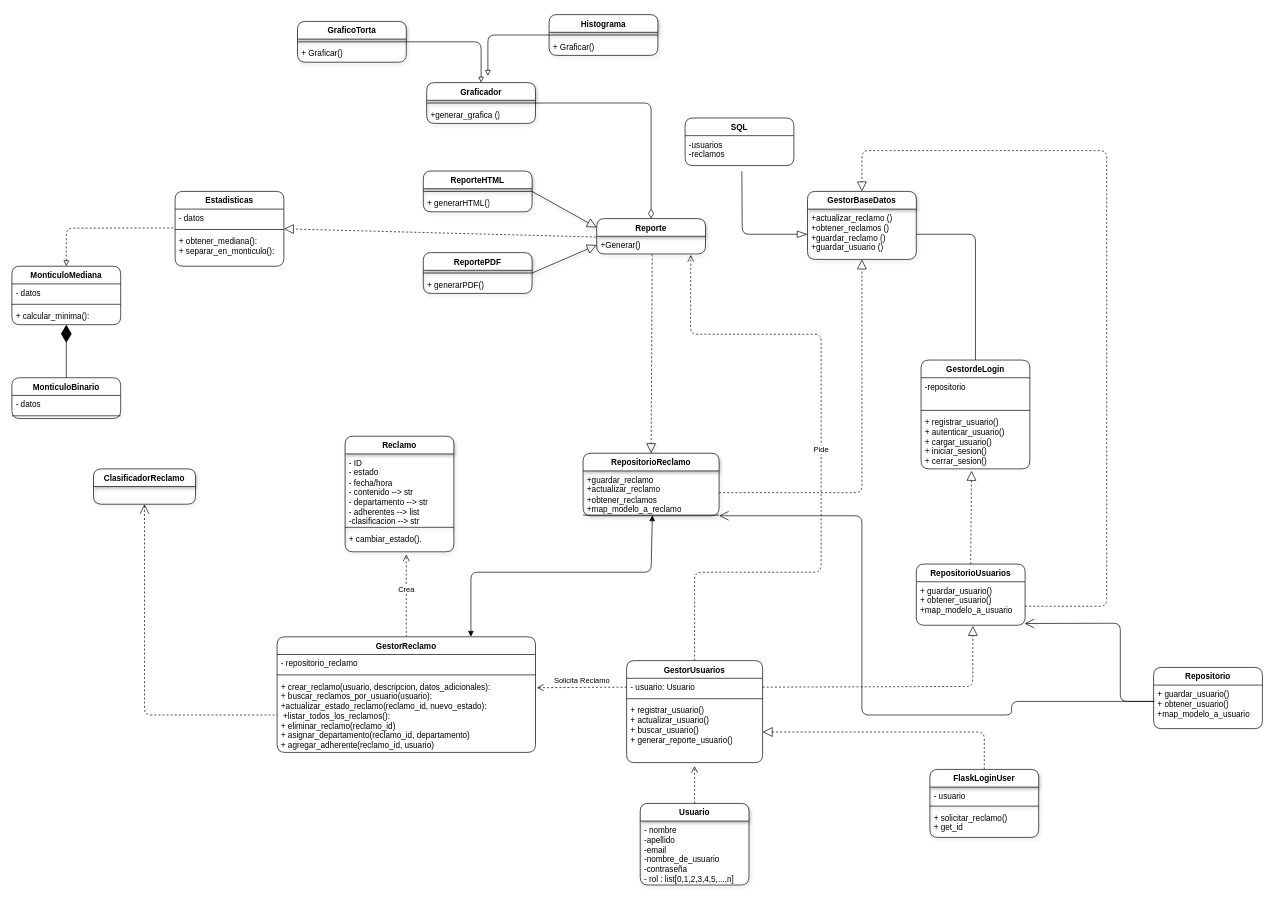
AgustinG178/pa_2025c1_practica keeps this draw.io diagram as TrabajoPractico_3/proyecto_1/docs/UML_Tp_3.drawio. Above is the earlier version. Source tidied: cells renumbered, new cells numbered last; positions are measured from the earlier drawing's top-left corner, leaving out a move shared by most shapes. Both pictures are drawn from the tidied source at 68%, with x=0, y=0 at pixel (12, 14).
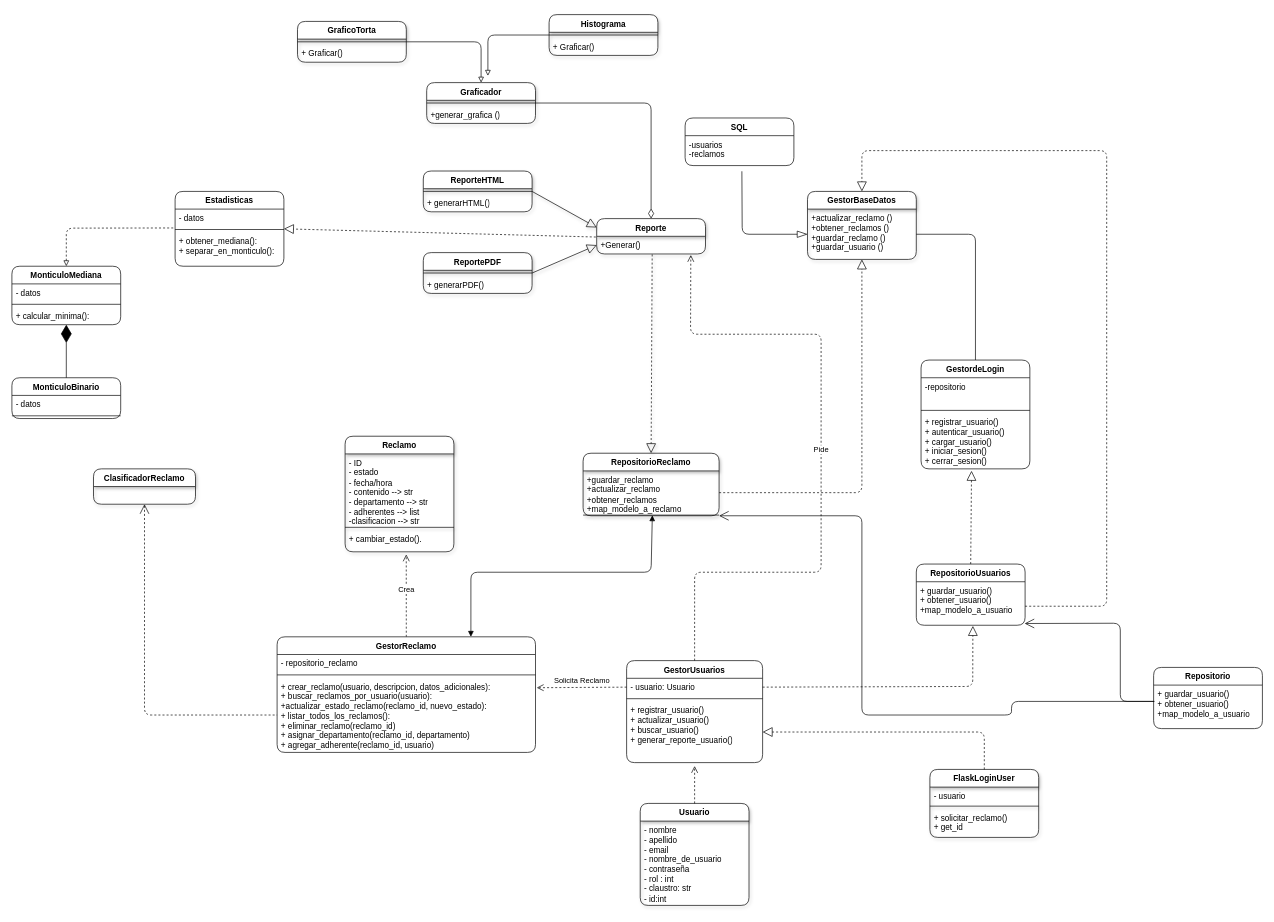
Above is the later version.

The change refers to these unchanged cells:
```xml
<mxCell id="38" value="GestorReclamo" style="swimlane;align=center;verticalAlign=top;horizontal=1;startSize=26;whiteSpace=wrap;html=1;rounded=1;fontColor=default;" parent="1" vertex="1">
  <mxGeometry x="390" y="915" width="380" height="170" as="geometry" />
</mxCell>
```

Change to the diagram source:
```diff
@@
     <mxCell id="2" value="&lt;span&gt;Usuario&lt;/span&gt;" style="swimlane;fontStyle=1;align=center;verticalAlign=top;horizontal=1;startSize=26;whiteSpace=wrap;html=1;swimlaneLine=1;shadow=1;rounded=1;fontColor=default;" parent="1" vertex="1">
-      <mxGeometry x="924" y="1160" width="160" height="120" as="geometry" />
+      <mxGeometry x="924" y="1160" width="160" height="150" as="geometry" />
     </mxCell>
-    <mxCell id="3" value="- nombre&lt;div&gt;-apellido&lt;/div&gt;&lt;div&gt;-email&lt;/div&gt;&lt;div&gt;-nombre_de_usuario&lt;/div&gt;&lt;div&gt;-contraseña&lt;/div&gt;&lt;div&gt;- rol : list[0,1,2,3,4,5,...,n]&lt;/div&gt;" style="text;align=left;verticalAlign=top;spacingLeft=4;spacingRight=4;overflow=hidden;whiteSpace=wrap;html=1;fontStyle=0;swimlaneLine=1;shadow=1;rounded=1;fontColor=default;" parent="2" vertex="1">
-      <mxGeometry y="26" width="160" height="94" as="geometry" />
+    <mxCell id="3" value="- nombre&lt;div&gt;- apellido&lt;/div&gt;&lt;div&gt;- email&lt;/div&gt;&lt;div&gt;- nombre_de_usuario&lt;/div&gt;&lt;div&gt;- contraseña&lt;/div&gt;&lt;div&gt;- rol : int&lt;/div&gt;&lt;div&gt;- claustro: str&lt;/div&gt;&lt;div&gt;- id:int&lt;/div&gt;&lt;div&gt;&lt;br&gt;&lt;/div&gt;" style="text;align=left;verticalAlign=top;spacingLeft=4;spacingRight=4;overflow=hidden;whiteSpace=wrap;html=1;fontStyle=0;swimlaneLine=1;shadow=1;rounded=1;fontColor=default;" parent="2" vertex="1">
+      <mxGeometry y="26" width="160" height="124" as="geometry" />
     </mxCell>
@@
-    <mxCell id="41" value="+ crear_reclamo(usuario, descripcion, datos_adicionales):&amp;nbsp;&lt;br&gt;+ buscar_reclamos_por_usuario(usuario):&amp;nbsp; +actualizar_estado_reclamo(reclamo_id, nuevo_estado):&lt;br&gt;&amp;nbsp;+listar_todos_los_reclamos():&amp;nbsp;&lt;br&gt;+ eliminar_reclamo(reclamo_id)&lt;div&gt;+ asignar_departamento(reclamo_id, departamento)&lt;/div&gt;&lt;div&gt;+ agregar_adherente(reclamo_id, usuario)&lt;br&gt;&lt;br&gt;&lt;/div&gt;" style="text;strokeColor=none;fillColor=none;align=left;verticalAlign=top;spacingLeft=4;spacingRight=4;overflow=hidden;points=[[0,0.5],[1,0.5]];portConstraint=eastwest;whiteSpace=wrap;html=1;rounded=1;fontColor=default;" parent="38" vertex="1">
+    <mxCell id="41" value="+ crear_reclamo(usuario, descripcion, datos_adicionales):&amp;nbsp;&lt;br&gt;+ buscar_reclamos_por_usuario(usuario): +actualizar_estado_reclamo(reclamo_id, nuevo_estado):&lt;br&gt;+ listar_todos_los_reclamos():&amp;nbsp;&lt;br&gt;+ eliminar_reclamo(reclamo_id)&lt;div&gt;+ asignar_departamento(reclamo_id, departamento)&lt;/div&gt;&lt;div&gt;+ agregar_adherente(reclamo_id, usuario)&lt;br&gt;&lt;br&gt;&lt;/div&gt;" style="text;strokeColor=none;fillColor=none;align=left;verticalAlign=top;spacingLeft=4;spacingRight=4;overflow=hidden;points=[[0,0.5],[1,0.5]];portConstraint=eastwest;whiteSpace=wrap;html=1;rounded=1;fontColor=default;" parent="38" vertex="1">
       <mxGeometry y="60" width="380" height="110" as="geometry" />
     </mxCell>
```
